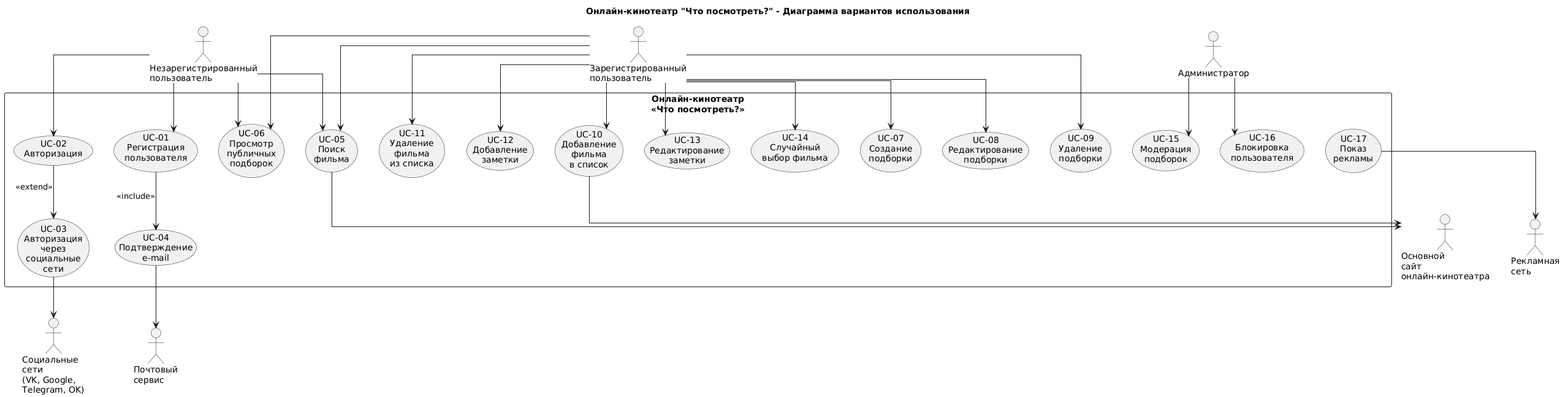
The PlantUML diagram 03_Диаграммы/01_Варианты_использования/WTW-platform_UseCase_v1.0.png in andlargesoda/WTW-platform, before a commit. The source it was exported from:
```plantuml
@startuml
title Онлайн-кинотеатр "Что посмотреть?" - Диаграмма вариантов использования

top to bottom direction
skinparam linetype ortho
skinparam packageStyle rectangle

actor "Незарегистрированный\nпользователь" as Guest
actor "Зарегистрированный\nпользователь" as User
actor "Администратор" as Admin

actor "Социальные\nсети\n(VK, Google,\nTelegram, OK)" as Social
actor "Почтовый\nсервис" as Mail
actor "Основной\nсайт\nонлайн-кинотеатра" as CoreSite
actor "Рекламная\nсеть" as Ads

rectangle "Онлайн-кинотеатр\n«Что посмотреть?»" {

  usecase "UC-01\nРегистрация\nпользователя" as UC_Register
  usecase "UC-02\nАвторизация" as UC_Login
  usecase "UC-03\nАвторизация\nчерез\nсоциальные\nсети" as UC_SocialLogin
  usecase "UC-04\nПодтверждение\ne-mail" as UC_EmailConfirm

  usecase "UC-05\nПоиск\nфильма" as UC_Search
  usecase "UC-06\nПросмотр\nпубличных\nподборок" as UC_ViewPublic

  usecase "UC-07\nСоздание\nподборки" as UC_CreateCollection
  usecase "UC-08\nРедактирование\nподборки" as UC_EditCollection
  usecase "UC-09\nУдаление\nподборки" as UC_DeleteCollection

  usecase "UC-10\nДобавление\nфильма\nв список" as UC_AddMovie
  usecase "UC-11\nУдаление\nфильма\nиз списка" as UC_RemoveMovie

  usecase "UC-12\nДобавление\nзаметки" as UC_AddNote
  usecase "UC-13\nРедактирование\nзаметки" as UC_EditNote

  usecase "UC-14\nСлучайный\nвыбор фильма" as UC_Random

  usecase "UC-15\nМодерация\nподборок" as UC_Moderate
  usecase "UC-16\nБлокировка\nпользователя" as UC_Block

  usecase "UC-17\nПоказ\nрекламы" as UC_Ads
}

Guest --> UC_Register
Guest --> UC_Login
Guest --> UC_Search
Guest --> UC_ViewPublic

User --> UC_Search
User --> UC_ViewPublic
User --> UC_CreateCollection
User --> UC_EditCollection
User --> UC_DeleteCollection
User --> UC_AddMovie
User --> UC_RemoveMovie
User --> UC_AddNote
User --> UC_EditNote
User --> UC_Random

Admin --> UC_Moderate
Admin --> UC_Block

UC_Login --> UC_SocialLogin : <<extend>>
UC_Register --> UC_EmailConfirm : <<include>>

UC_SocialLogin --> Social
UC_EmailConfirm --> Mail
UC_Search --> CoreSite
UC_AddMovie --> CoreSite
UC_Ads --> Ads
@enduml
```
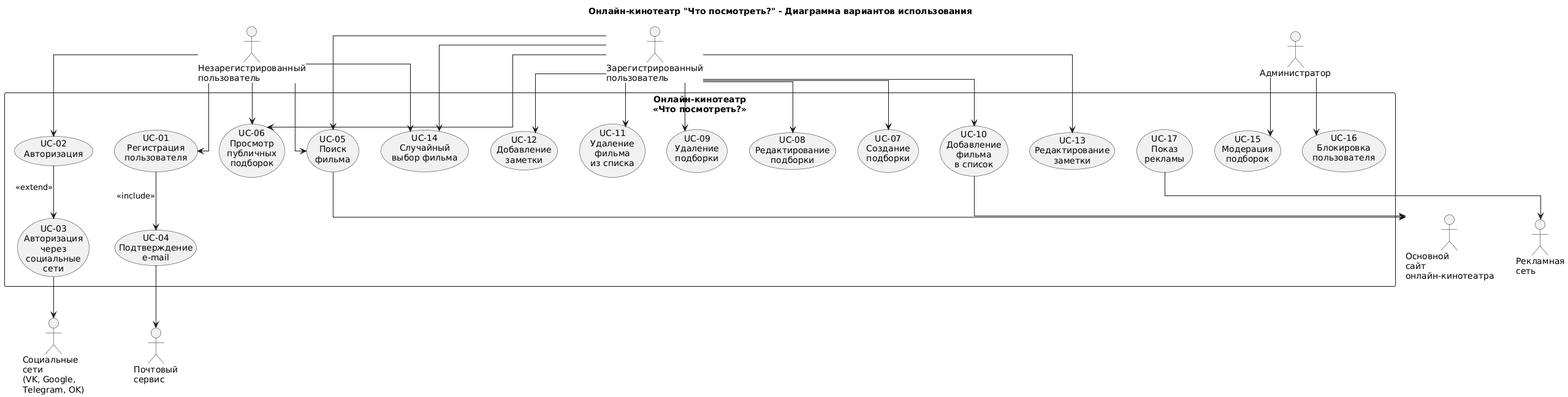
The same file after the commit.

The edit, as a diff of the source:
```diff
@@ -46,6 +46,7 @@
 Guest --> UC_Login
 Guest --> UC_Search
 Guest --> UC_ViewPublic
+Guest --> UC_Random
 
 User --> UC_Search
 User --> UC_ViewPublic
```
